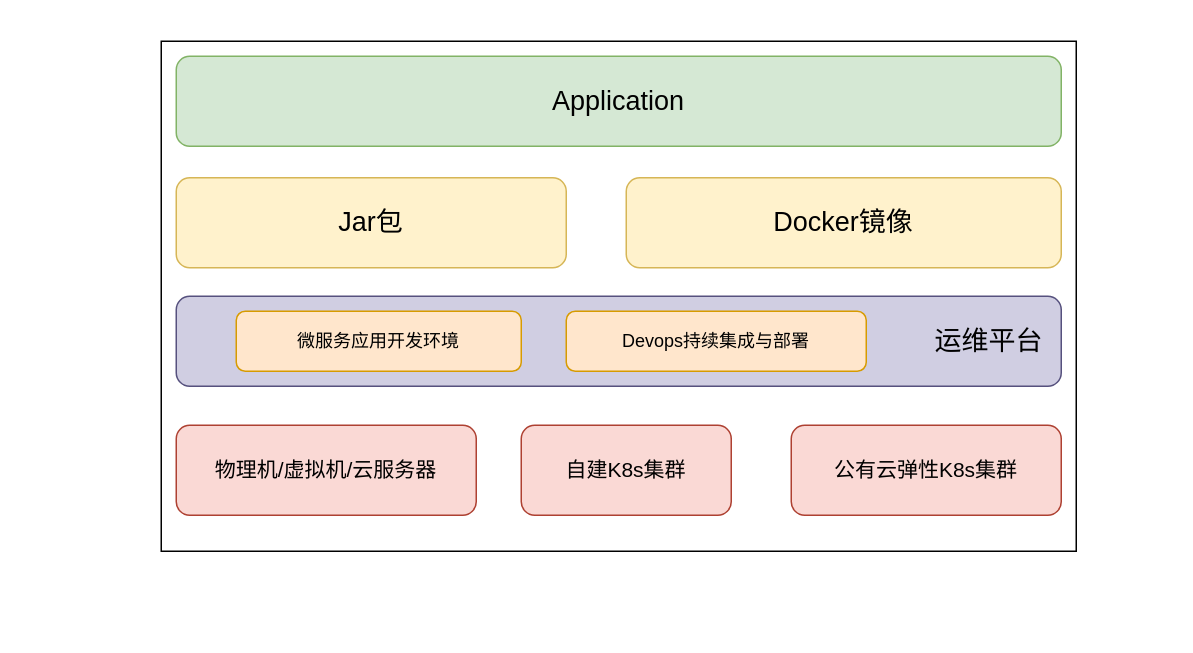
Before: other/algorithm.drawio in MMMLMF/notes, a draw.io diagram. Source tidied: cells renumbered, new cells numbered last; positions are measured from the earlier drawing's top-left corner, leaving out a move shared by most shapes. Both pictures are drawn from the tidied source at 150%, with x=0, y=0 at pixel (160, 40).
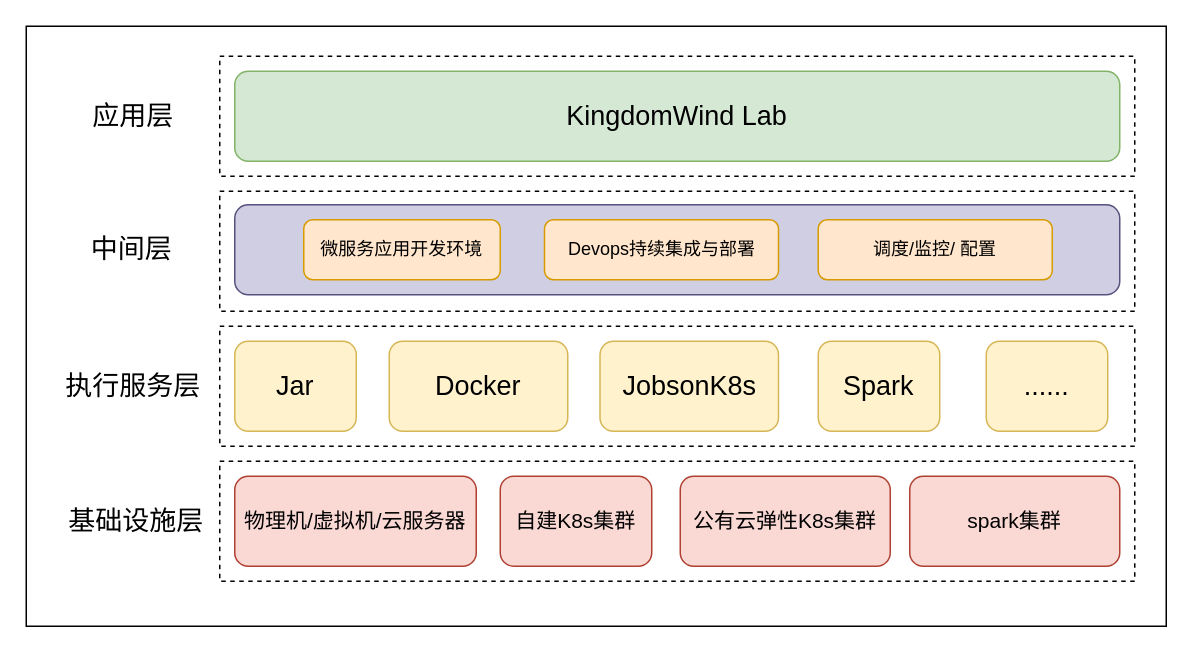
Above is the later version.

The edit, as a diff of the source:
```diff
@@
-    <mxCell id="2" style="rounded=0;whiteSpace=wrap;html=1;" parent="1" vertex="1">
-      <mxGeometry width="610" height="340" as="geometry" />
-    </mxCell>
-    <mxCell id="3" value="&lt;font style=&quot;font-size: 18px&quot;&gt;运维平台&amp;nbsp;&amp;nbsp;&lt;/font&gt;" style="rounded=1;whiteSpace=wrap;html=1;fillColor=#d0cee2;strokeColor=#56517e;align=right;" parent="1" vertex="1">
-      <mxGeometry x="10" y="170" width="590" height="60" as="geometry" />
-    </mxCell>
-    <mxCell id="4" value="&lt;font style=&quot;font-size: 18px&quot;&gt;Application&lt;/font&gt;" style="rounded=1;whiteSpace=wrap;html=1;fillColor=#d5e8d4;strokeColor=#82b366;" parent="1" vertex="1">
-      <mxGeometry x="10" y="10" width="590" height="60" as="geometry" />
-    </mxCell>
+    <mxCell id="12" style="rounded=0;whiteSpace=wrap;html=1;" parent="1" vertex="1">
+      <mxGeometry x="-90" y="-10" width="760" height="400" as="geometry" />
+    </mxCell>
+    <mxCell id="13" style="rounded=0;whiteSpace=wrap;html=1;dashed=1;" parent="1" vertex="1">
+      <mxGeometry x="39" y="280" width="610" height="80" as="geometry" />
+    </mxCell>
+    <mxCell id="14" style="rounded=0;whiteSpace=wrap;html=1;dashed=1;" parent="1" vertex="1">
+      <mxGeometry x="39" y="100" width="610" height="80" as="geometry" />
+    </mxCell>
+    <mxCell id="15" style="rounded=0;whiteSpace=wrap;html=1;dashed=1;" parent="1" vertex="1">
+      <mxGeometry x="39" y="190" width="610" height="80" as="geometry" />
+    </mxCell>
+    <mxCell id="16" style="rounded=0;whiteSpace=wrap;html=1;dashed=1;" parent="1" vertex="1">
+      <mxGeometry x="39" y="10" width="610" height="80" as="geometry" />
+    </mxCell>
+    <mxCell id="17" value="&lt;font style=&quot;font-size: 18px&quot;&gt;&amp;nbsp;&amp;nbsp;&lt;/font&gt;" style="rounded=1;whiteSpace=wrap;html=1;fillColor=#d0cee2;strokeColor=#56517e;align=right;" parent="1" vertex="1">
+      <mxGeometry x="49" y="109" width="590" height="60" as="geometry" />
+    </mxCell>
+    <mxCell id="18" value="&lt;span style=&quot;font-size: 18px&quot;&gt;KingdomWind Lab&lt;/span&gt;" style="rounded=1;whiteSpace=wrap;html=1;fillColor=#d5e8d4;strokeColor=#82b366;" parent="1" vertex="1">
+      <mxGeometry x="49" y="20" width="590" height="60" as="geometry" />
+    </mxCell>
     <mxCell id="5" value="微服务应用开发环境" style="rounded=1;whiteSpace=wrap;html=1;fillColor=#ffe6cc;strokeColor=#d79b00;" parent="1" vertex="1">
-      <mxGeometry x="50" y="180" width="190" height="40" as="geometry" />
+      <mxGeometry x="95" y="119" width="131" height="40" as="geometry" />
     </mxCell>
     <mxCell id="6" value="Devops持续集成与部署" style="rounded=1;whiteSpace=wrap;html=1;fillColor=#ffe6cc;strokeColor=#d79b00;" parent="1" vertex="1">
-      <mxGeometry x="270" y="180" width="200" height="40" as="geometry" />
+      <mxGeometry x="255.5" y="119" width="156" height="40" as="geometry" />
     </mxCell>
-    <mxCell id="7" value="&lt;font style=&quot;font-size: 18px&quot;&gt;Jar包&lt;/font&gt;" style="rounded=1;whiteSpace=wrap;html=1;fillColor=#fff2cc;strokeColor=#d6b656;" parent="1" vertex="1">
-      <mxGeometry x="10" y="91" width="260" height="60" as="geometry" />
-    </mxCell>
-    <mxCell id="8" value="&lt;font style=&quot;font-size: 18px&quot;&gt;Docker镜像&lt;/font&gt;" style="rounded=1;whiteSpace=wrap;html=1;fillColor=#fff2cc;strokeColor=#d6b656;" parent="1" vertex="1">
-      <mxGeometry x="310" y="91" width="290" height="60" as="geometry" />
-    </mxCell>
+    <mxCell id="19" value="&lt;font style=&quot;font-size: 18px&quot;&gt;Jar&lt;/font&gt;" style="rounded=1;whiteSpace=wrap;html=1;fillColor=#fff2cc;strokeColor=#d6b656;" parent="1" vertex="1">
+      <mxGeometry x="49" y="200" width="81" height="60" as="geometry" />
+    </mxCell>
+    <mxCell id="20" value="&lt;font style=&quot;font-size: 18px&quot;&gt;Docker&lt;/font&gt;" style="rounded=1;whiteSpace=wrap;html=1;fillColor=#fff2cc;strokeColor=#d6b656;" parent="1" vertex="1">
+      <mxGeometry x="152" y="200" width="119" height="60" as="geometry" />
+    </mxCell>
     <mxCell id="9" value="&lt;font style=&quot;font-size: 14px&quot;&gt;物理机/虚拟机/云服务器&lt;/font&gt;" style="rounded=1;whiteSpace=wrap;html=1;fillColor=#fad9d5;strokeColor=#ae4132;" parent="1" vertex="1">
-      <mxGeometry x="10" y="256" width="200" height="60" as="geometry" />
+      <mxGeometry x="49" y="290" width="161" height="60" as="geometry" />
     </mxCell>
     <mxCell id="10" value="&lt;span style=&quot;font-size: 14px&quot;&gt;自建K8s集群&lt;/span&gt;" style="rounded=1;whiteSpace=wrap;html=1;fillColor=#fad9d5;strokeColor=#ae4132;" parent="1" vertex="1">
-      <mxGeometry x="240" y="256" width="140" height="60" as="geometry" />
+      <mxGeometry x="226" y="290" width="101" height="60" as="geometry" />
     </mxCell>
     <mxCell id="11" value="&lt;span style=&quot;font-size: 14px&quot;&gt;公有云弹性K8s集群&lt;/span&gt;" style="rounded=1;whiteSpace=wrap;html=1;fillColor=#fad9d5;strokeColor=#ae4132;" parent="1" vertex="1">
-      <mxGeometry x="420" y="256" width="180" height="60" as="geometry" />
+      <mxGeometry x="346" y="290" width="140" height="60" as="geometry" />
     </mxCell>
+    <mxCell id="21" value="&lt;font style=&quot;font-size: 18px&quot;&gt;应用层&lt;/font&gt;" style="text;html=1;align=center;verticalAlign=middle;" parent="1" vertex="1">
+      <mxGeometry x="-54" y="40" width="70" height="20" as="geometry" />
+    </mxCell>
+    <mxCell id="22" value="调度/监控/ 配置" style="rounded=1;whiteSpace=wrap;html=1;fillColor=#ffe6cc;strokeColor=#d79b00;" parent="1" vertex="1">
+      <mxGeometry x="438" y="119" width="156" height="40" as="geometry" />
+    </mxCell>
+    <mxCell id="23" value="&lt;span style=&quot;font-size: 18px&quot;&gt;中间层&lt;/span&gt;" style="text;html=1;align=center;verticalAlign=middle;" parent="1" vertex="1">
+      <mxGeometry x="-55" y="129" width="70" height="20" as="geometry" />
+    </mxCell>
+    <mxCell id="24" value="&lt;font style=&quot;font-size: 18px&quot;&gt;JobsonK8s&lt;br&gt;&lt;/font&gt;" style="rounded=1;whiteSpace=wrap;html=1;fillColor=#fff2cc;strokeColor=#d6b656;" parent="1" vertex="1">
+      <mxGeometry x="292.5" y="200" width="119" height="60" as="geometry" />
+    </mxCell>
+    <mxCell id="25" value="&lt;font style=&quot;font-size: 18px&quot;&gt;......&lt;/font&gt;" style="rounded=1;whiteSpace=wrap;html=1;fillColor=#fff2cc;strokeColor=#d6b656;" parent="1" vertex="1">
+      <mxGeometry x="550" y="200" width="81" height="60" as="geometry" />
+    </mxCell>
+    <mxCell id="26" value="&lt;font style=&quot;font-size: 18px&quot;&gt;Spark&lt;/font&gt;" style="rounded=1;whiteSpace=wrap;html=1;fillColor=#fff2cc;strokeColor=#d6b656;" parent="1" vertex="1">
+      <mxGeometry x="438" y="200" width="81" height="60" as="geometry" />
+    </mxCell>
+    <mxCell id="27" value="&lt;font style=&quot;font-size: 18px&quot;&gt;执行服务层&lt;/font&gt;" style="text;html=1;align=center;verticalAlign=middle;" parent="1" vertex="1">
+      <mxGeometry x="-74" y="220" width="110" height="20" as="geometry" />
+    </mxCell>
+    <mxCell id="28" value="&lt;font style=&quot;font-size: 18px&quot;&gt;基础设施层&lt;/font&gt;" style="text;html=1;align=center;verticalAlign=middle;" parent="1" vertex="1">
+      <mxGeometry x="-72" y="310" width="110" height="20" as="geometry" />
+    </mxCell>
+    <mxCell id="29" value="&lt;span style=&quot;font-size: 14px&quot;&gt;spark集群&lt;/span&gt;" style="rounded=1;whiteSpace=wrap;html=1;fillColor=#fad9d5;strokeColor=#ae4132;" parent="1" vertex="1">
+      <mxGeometry x="499" y="290" width="140" height="60" as="geometry" />
+    </mxCell>
```
